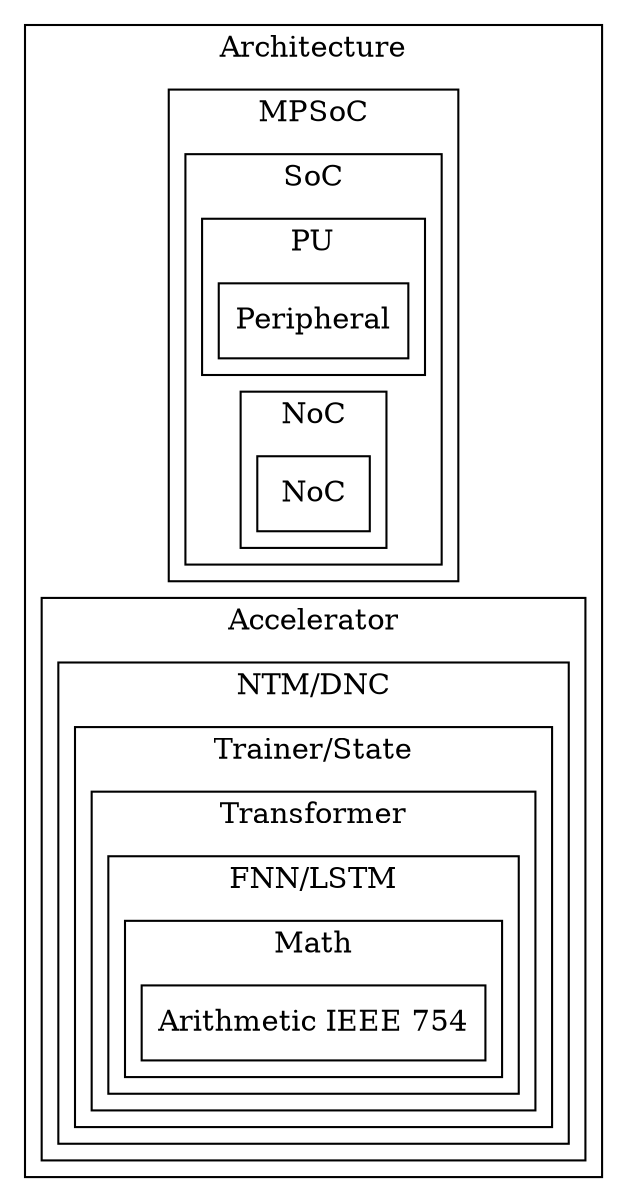
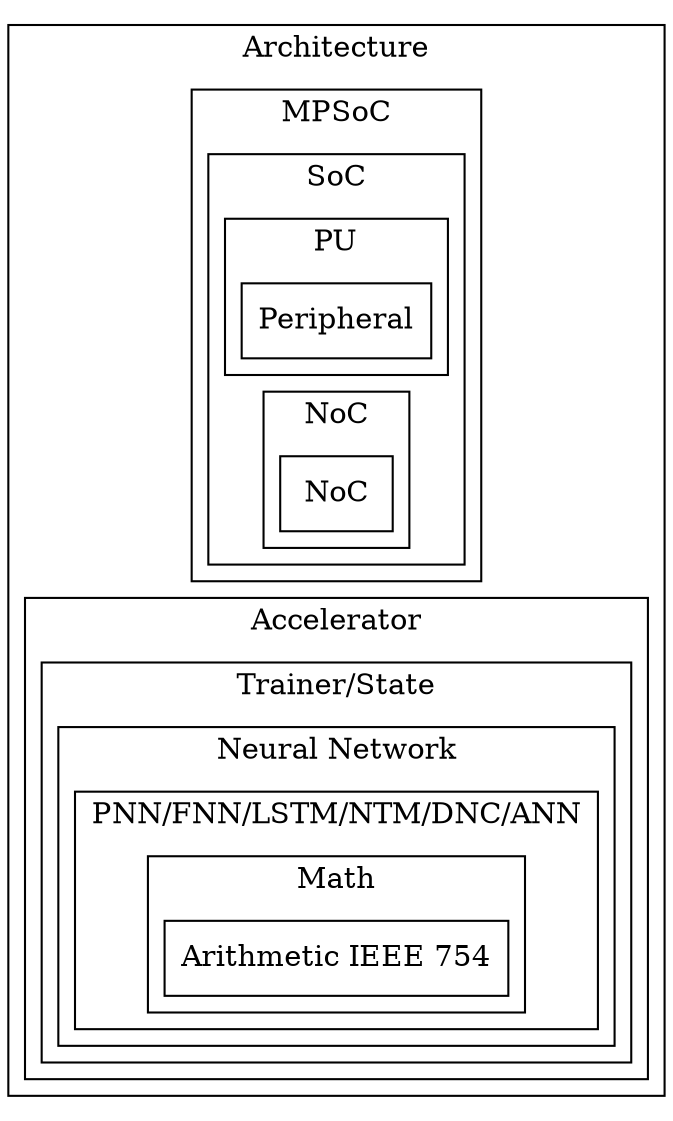
digraph Project {
  // Introduction
  graph [rankdir = LR, splines=ortho];
  node[shape=record];

  // Blocks
  subgraph "cluster Architecture" { label = "Architecture";
    subgraph "cluster MPSoC" { label = "MPSoC";
      subgraph "cluster SoC" { label = "SoC";
        subgraph "cluster PU" { label = "PU";
          Peripheral[shape=box, label="Peripheral"];
        }
        subgraph "cluster NoC" { label = "NoC";
          NoC[shape=box, label="NoC"];
        }
      }
    }
    subgraph "cluster Accelerator" { label = "Accelerator";
-       subgraph "cluster NTM/DNC" { label = "NTM/DNC";
-         subgraph "cluster Trainer/State" { label = "Trainer/State";
-           subgraph "cluster Transformer" { label = "Transformer";
-             subgraph "cluster FNN/LSTM" { label = "FNN/LSTM";
-               subgraph "cluster Math" { label = "Math";
-                 arithmetic[shape=box, label="Arithmetic IEEE 754"];
-               }
+       subgraph "cluster Trainer/State" { label = "Trainer/State";
+         subgraph "cluster Neural_Network" { label = "Neural Network";
+           subgraph "cluster NN" { label = "PNN/FNN/LSTM/NTM/DNC/ANN";
+             subgraph "cluster Math" { label = "Math";
+               arithmetic[shape=box, label="Arithmetic IEEE 754"];
            }
          }
        }
      }
    }
  }
}
